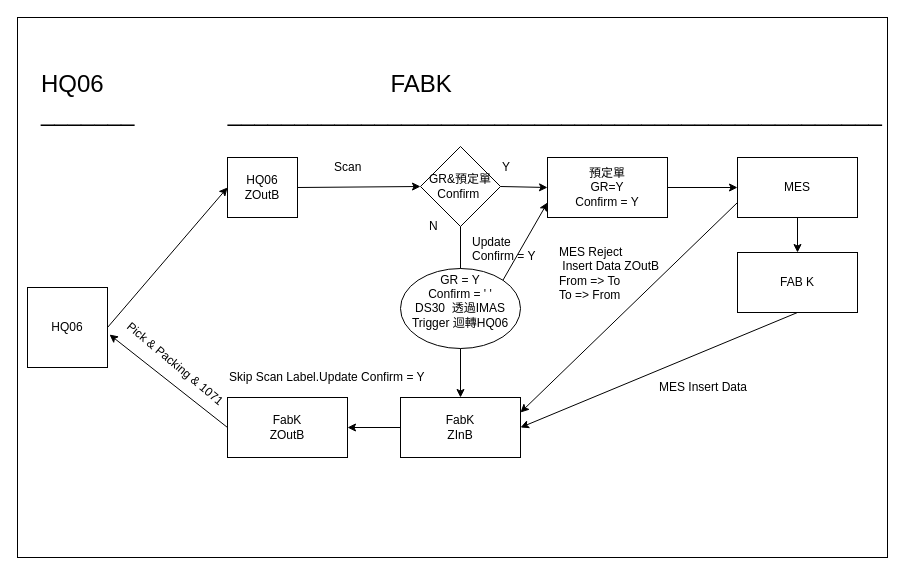
Earlier version of the draw.io diagram FABKtoFAB6.drawio (Charles886/zzcoco). Source tidied: cells renumbered, new cells numbered last; positions are measured from the earlier drawing's top-left corner, leaving out a move shared by most shapes. Both pictures are drawn from the tidied source at 100%, with x=0, y=0 at pixel (17, 17).
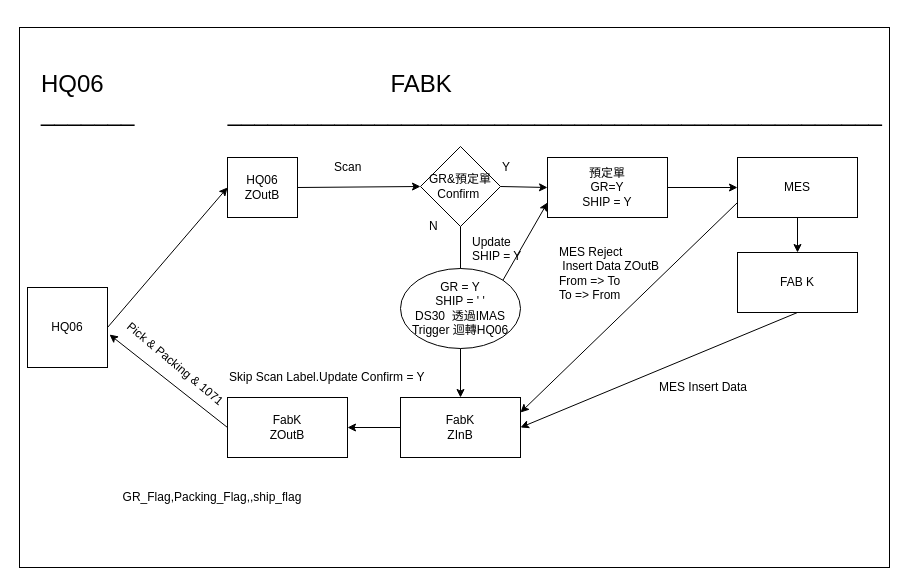
The same diagram, later.

Change to the diagram source:
```diff
@@
     <mxCell id="2" style="rounded=0;whiteSpace=wrap;html=1;" parent="1" vertex="1">
-      <mxGeometry width="870" height="540" as="geometry" />
+      <mxGeometry x="2" y="10" width="870" height="540" as="geometry" />
     </mxCell>
@@
-    <mxCell id="6" value="預定單&lt;br&gt;GR=Y&lt;br&gt;Confirm = Y&lt;br&gt;" style="rounded=0;whiteSpace=wrap;html=1;" parent="1" vertex="1">
+    <mxCell id="6" value="預定單&lt;br&gt;GR=Y&lt;br&gt;SHIP = Y" style="rounded=0;whiteSpace=wrap;html=1;" parent="1" vertex="1">
       <mxGeometry x="530" y="140" width="120" height="60" as="geometry" />
     </mxCell>
@@
-    <mxCell id="13" value="&lt;br&gt;GR = Y&lt;br&gt;Confirm = ' '&lt;br&gt;DS30&amp;nbsp;&amp;nbsp;透過IMAS&lt;br&gt;Trigger 迴轉HQ06&lt;br&gt;&lt;br&gt;&lt;br&gt;" style="ellipse;whiteSpace=wrap;html=1;" parent="1" vertex="1">
+    <mxCell id="13" value="&lt;br&gt;GR = Y&lt;br&gt;SHIP = ' '&lt;br&gt;DS30&amp;nbsp;&amp;nbsp;透過IMAS&lt;br&gt;Trigger 迴轉HQ06&lt;br&gt;&lt;br&gt;" style="ellipse;whiteSpace=wrap;html=1;" parent="1" vertex="1">
       <mxGeometry x="383" y="251" width="120" height="80" as="geometry" />
     </mxCell>
@@
-    <mxCell id="27" value="Update&lt;br&gt;Confirm = Y" style="text;html=1;align=left;verticalAlign=top;spacingTop=-4;" parent="1" vertex="1">
-      <mxGeometry x="453" y="215" width="80" height="30" as="geometry" />
+    <mxCell id="27" value="Update&lt;br&gt;SHIP = Y" style="text;html=1;align=left;verticalAlign=top;spacingTop=-4;" parent="1" vertex="1">
+      <mxGeometry x="453" y="215" width="60" height="30" as="geometry" />
     </mxCell>
@@
+    <mxCell id="32" value="GR_Flag,Packing_Flag,,ship_flag" style="text;html=1;strokeColor=none;fillColor=none;align=center;verticalAlign=middle;whiteSpace=wrap;rounded=0;" parent="1" vertex="1">
+      <mxGeometry x="70" y="470" width="250" height="20" as="geometry" />
+    </mxCell>
```
